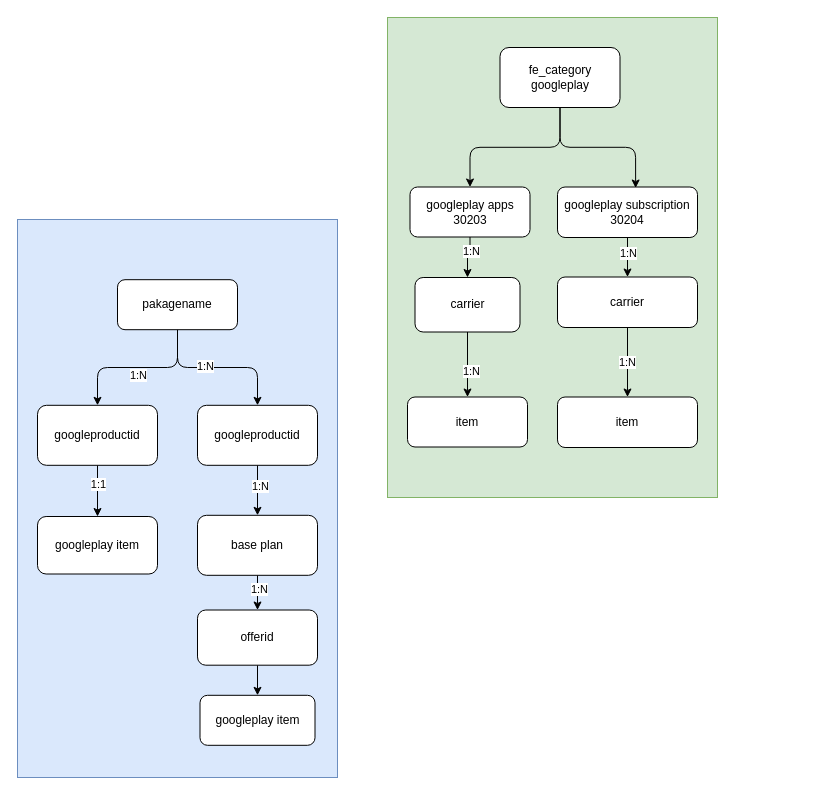
Above: page "google_play_subscription_item_model" (11 of 11) of source/diagrams/hotel.drawio in wxquare/wxquare.github.io (draw.io), before the change. Source tidied: cells renumbered, new cells numbered last; positions are measured from the earlier drawing's top-left corner, leaving out a move shared by most shapes. Both pictures are drawn from the tidied source at 100%, with x=0, y=0 at pixel (17, 17).
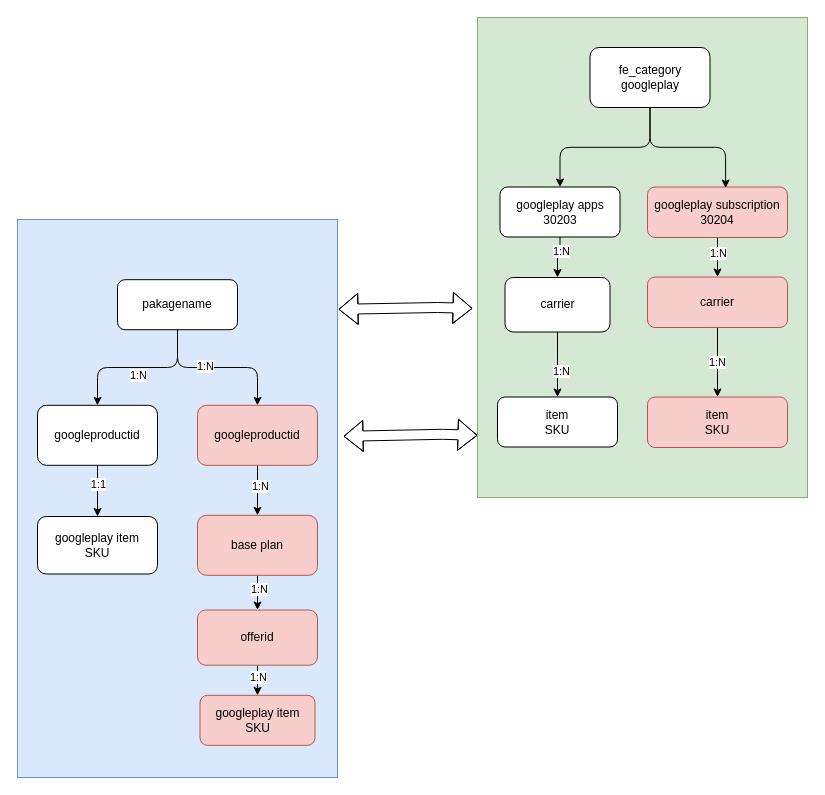
After the change.

The change refers to these unchanged cells:
```xml
<mxCell id="3" style="rounded=0;whiteSpace=wrap;html=1;fillColor=#dae8fc;strokeColor=#6c8ebf;" parent="1" vertex="1">
  <mxGeometry y="202" width="320" height="558" as="geometry" />
</mxCell>
<mxCell id="25" style="edgeStyle=orthogonalEdgeStyle;rounded=0;jettySize=auto;html=1;exitX=0.5;exitY=1;exitDx=0;exitDy=0;entryX=0.5;entryY=0;entryDx=0;entryDy=0;" parent="1" edge="1" source="26" target="34">
  <mxGeometry relative="1" as="geometry" />
</mxCell>
```

Change to the diagram source:
```diff
@@
     <mxCell id="2" style="rounded=0;whiteSpace=wrap;html=1;fillColor=#d5e8d4;strokeColor=#82b366;" parent="1" vertex="1">
-      <mxGeometry x="370" width="330" height="480" as="geometry" />
+      <mxGeometry x="460" width="330" height="480" as="geometry" />
     </mxCell>
@@
     <mxCell id="6" value="googleplay apps&lt;div&gt;30203&lt;/div&gt;" style="rounded=1;whiteSpace=wrap;html=1;" parent="1" vertex="1">
-      <mxGeometry x="392.5" y="169.5" width="120" height="50" as="geometry" />
+      <mxGeometry x="482.5" y="169.5" width="120" height="50" as="geometry" />
     </mxCell>
@@
     <mxCell id="9" value="carrier" style="rounded=1;whiteSpace=wrap;html=1;" parent="1" vertex="1">
-      <mxGeometry x="397.5" y="260" width="105" height="54.5" as="geometry" />
+      <mxGeometry x="487.5" y="260" width="105" height="54.5" as="geometry" />
     </mxCell>
-    <mxCell id="10" value="item" style="rounded=1;whiteSpace=wrap;html=1;" parent="1" vertex="1">
-      <mxGeometry x="390" y="379.5" width="120" height="50" as="geometry" />
+    <mxCell id="10" value="item&lt;div&gt;SKU&lt;/div&gt;" style="rounded=1;whiteSpace=wrap;html=1;" parent="1" vertex="1">
+      <mxGeometry x="480" y="379.5" width="120" height="50" as="geometry" />
     </mxCell>
@@
     <mxCell id="12" value="fe_category&lt;div&gt;googleplay&lt;/div&gt;" style="rounded=1;whiteSpace=wrap;html=1;" parent="1" vertex="1">
-      <mxGeometry x="482.5" y="30" width="120" height="60" as="geometry" />
+      <mxGeometry x="572.5" y="30" width="120" height="60" as="geometry" />
     </mxCell>
@@
-    <mxCell id="16" value="googleplay subscription&lt;div&gt;30204&lt;/div&gt;" style="rounded=1;whiteSpace=wrap;html=1;" parent="1" vertex="1">
-      <mxGeometry x="540" y="169.5" width="140" height="50.5" as="geometry" />
+    <mxCell id="16" value="googleplay subscription&lt;div&gt;30204&lt;/div&gt;" style="rounded=1;whiteSpace=wrap;html=1;fillColor=#f8cecc;strokeColor=#b85450;" parent="1" vertex="1">
+      <mxGeometry x="630" y="169.5" width="140" height="50.5" as="geometry" />
     </mxCell>
@@
-    <mxCell id="18" value="carrier" style="rounded=1;whiteSpace=wrap;html=1;" parent="1" vertex="1">
-      <mxGeometry x="540" y="259.5" width="140" height="50.5" as="geometry" />
+    <mxCell id="18" value="carrier" style="rounded=1;whiteSpace=wrap;html=1;fillColor=#f8cecc;strokeColor=#b85450;" parent="1" vertex="1">
+      <mxGeometry x="630" y="259.5" width="140" height="50.5" as="geometry" />
     </mxCell>
-    <mxCell id="19" value="item" style="rounded=1;whiteSpace=wrap;html=1;" parent="1" vertex="1">
-      <mxGeometry x="540" y="379.5" width="140" height="50.5" as="geometry" />
+    <mxCell id="19" value="item&lt;br&gt;SKU" style="rounded=1;whiteSpace=wrap;html=1;fillColor=#f8cecc;strokeColor=#b85450;" parent="1" vertex="1">
+      <mxGeometry x="630" y="379.5" width="140" height="50.5" as="geometry" />
     </mxCell>
@@
-    <mxCell id="24" value="base plan" style="rounded=1;whiteSpace=wrap;html=1;" parent="1" vertex="1">
+    <mxCell id="24" value="base plan" style="rounded=1;whiteSpace=wrap;html=1;fillColor=#f8cecc;strokeColor=#b85450;" parent="1" vertex="1">
       <mxGeometry x="180" y="497.8" width="120" height="60" as="geometry" />
     </mxCell>
@@
+    <mxCell id="40" value="1:N" style="edgeLabel;html=1;align=center;verticalAlign=middle;" parent="25" vertex="1">
+      <mxGeometry x="-0.18" relative="1" as="geometry" />
+    </mxCell>
-    <mxCell id="26" value="offerid" style="rounded=1;whiteSpace=wrap;html=1;" parent="1" vertex="1">
+    <mxCell id="26" value="offerid" style="rounded=1;whiteSpace=wrap;html=1;fillColor=#f8cecc;strokeColor=#b85450;" parent="1" vertex="1">
       <mxGeometry x="180" y="592.5" width="120" height="55.2" as="geometry" />
     </mxCell>
@@
-    <mxCell id="33" value="googleproductid" style="rounded=1;whiteSpace=wrap;html=1;" parent="1" vertex="1">
+    <mxCell id="33" value="googleproductid" style="rounded=1;whiteSpace=wrap;html=1;fillColor=#f8cecc;strokeColor=#b85450;" parent="1" vertex="1">
       <mxGeometry x="180" y="387.8" width="120" height="60" as="geometry" />
     </mxCell>
-    <mxCell id="34" value="googleplay item" style="rounded=1;whiteSpace=wrap;html=1;" parent="1" vertex="1">
+    <mxCell id="34" value="googleplay item&lt;div&gt;SKU&lt;/div&gt;" style="rounded=1;whiteSpace=wrap;html=1;fillColor=#f8cecc;strokeColor=#b85450;" parent="1" vertex="1">
       <mxGeometry x="182.5" y="677.8" width="115" height="50" as="geometry" />
     </mxCell>
-    <mxCell id="35" value="googleplay item" style="rounded=1;whiteSpace=wrap;html=1;" parent="1" vertex="1">
+    <mxCell id="35" value="googleplay item&lt;div&gt;SKU&lt;/div&gt;" style="rounded=1;whiteSpace=wrap;html=1;" parent="1" vertex="1">
       <mxGeometry x="20" y="499" width="120" height="57.5" as="geometry" />
     </mxCell>
@@
+    <mxCell id="41" style="shape=flexArrow;endArrow=classic;startArrow=classic;html=1;rounded=0;exitX=1.003;exitY=0.161;exitDx=0;exitDy=0;exitPerimeter=0;entryX=-0.015;entryY=0.606;entryDx=0;entryDy=0;entryPerimeter=0;" parent="1" edge="1" source="3" target="2">
+      <mxGeometry relative="1" as="geometry">
+        <Array as="points">
+          <mxPoint x="420" y="290" />
+        </Array>
+      </mxGeometry>
+    </mxCell>
+    <mxCell id="42" style="shape=flexArrow;endArrow=classic;startArrow=classic;html=1;rounded=0;exitX=1.003;exitY=0.161;exitDx=0;exitDy=0;exitPerimeter=0;entryX=-0.015;entryY=0.606;entryDx=0;entryDy=0;entryPerimeter=0;" parent="1" edge="1">
+      <mxGeometry relative="1" as="geometry">
+        <mxPoint x="326" y="418.8" as="sourcePoint" />
+        <mxPoint x="460" y="417.8" as="targetPoint" />
+        <Array as="points">
+          <mxPoint x="425" y="416.8" />
+        </Array>
+      </mxGeometry>
+    </mxCell>
```
